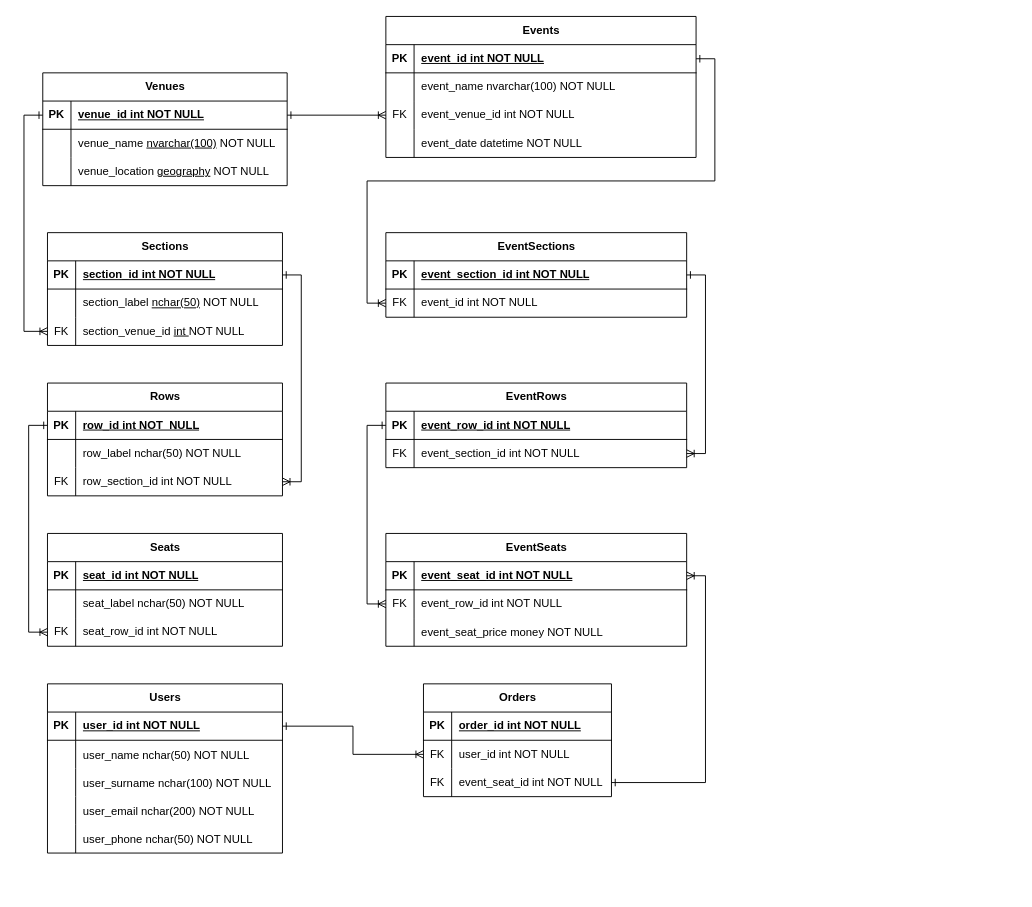
YuryKabernik/dotnet-ticketing-mentoring keeps this draw.io diagram as docs/ticketing-manifest.drawio. Above is the earlier version. Source tidied: cells renumbered, new cells numbered last; positions are measured from the earlier drawing's top-left corner, leaving out a move shared by most shapes. Both pictures are drawn from the tidied source at 94%, with x=0, y=0 at pixel (42, 16).
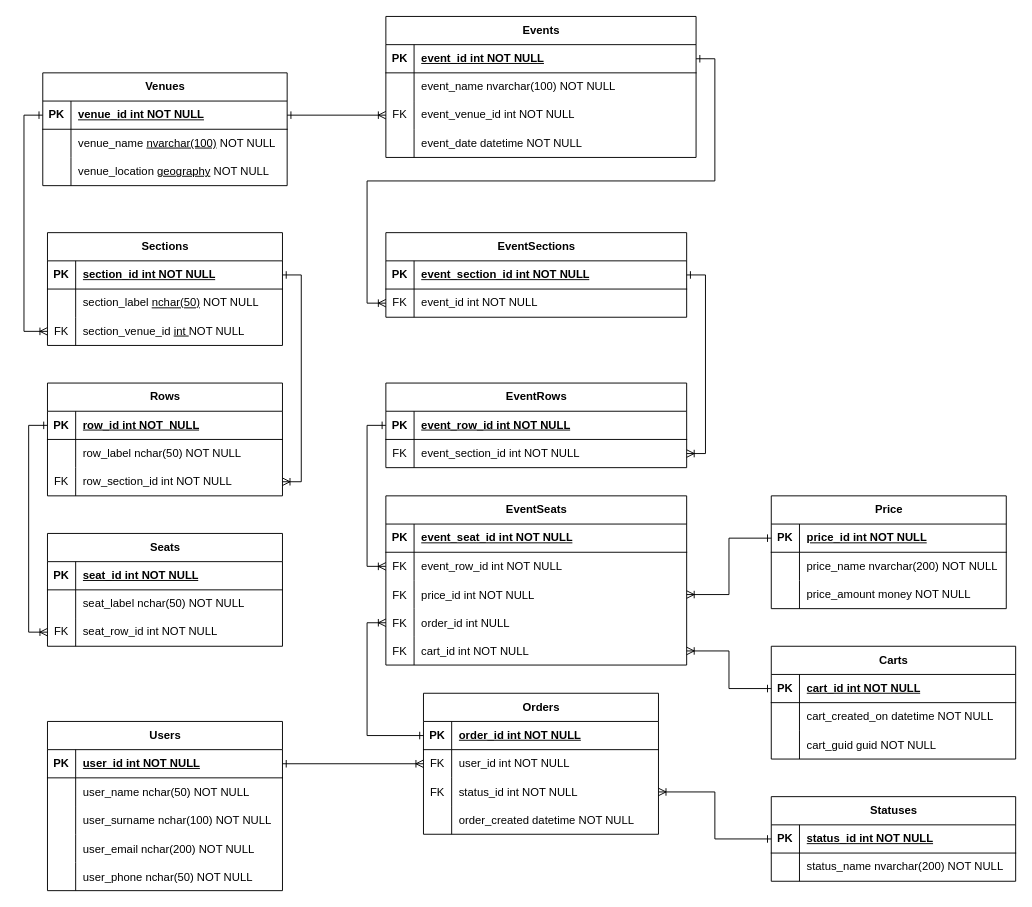
Above is the later version.

The change refers to these unchanged cells:
```xml
<mxCell id="67" style="shape=tableRow;horizontal=0;startSize=0;swimlaneHead=0;swimlaneBody=0;fillColor=none;points=[[0,0.5],[1,0.5]];portConstraint=eastwest;top=0;left=0;right=0;bottom=1;" parent="66" vertex="1">
  <mxGeometry y="30" width="320" height="30" as="geometry" />
</mxCell>
<mxCell id="74" style="shape=tableRow;horizontal=0;startSize=0;swimlaneHead=0;swimlaneBody=0;fillColor=none;points=[[0,0.5],[1,0.5]];portConstraint=eastwest;top=0;left=0;right=0;bottom=1;strokeColor=default;fontStyle=0;" parent="73" vertex="1">
  <mxGeometry y="30" width="320" height="30" as="geometry" />
</mxCell>
<mxCell id="77" style="shape=tableRow;horizontal=0;startSize=0;swimlaneHead=0;swimlaneBody=0;fillColor=none;points=[[0,0.5],[1,0.5]];portConstraint=eastwest;top=0;left=0;right=0;bottom=0;" parent="73" vertex="1">
  <mxGeometry y="60" width="320" height="30" as="geometry" />
</mxCell>
<mxCell id="80" style="shape=tableRow;horizontal=0;startSize=0;swimlaneHead=0;swimlaneBody=0;fillColor=none;points=[[0,0.5],[1,0.5]];portConstraint=eastwest;top=0;left=0;right=0;bottom=0;" parent="73" vertex="1">
  <mxGeometry y="90" width="320" height="30" as="geometry" />
</mxCell>
```

What changed in the source:
```diff
@@
     <mxCell id="73" value="EventSeats" style="shape=table;startSize=30;childLayout=tableLayout;rowLines=0;fontStyle=1;align=center;html=1;" parent="1" vertex="1">
-      <mxGeometry x="365" y="550" width="320" height="120" as="geometry" />
+      <mxGeometry x="365" y="510" width="320" height="180" as="geometry" />
     </mxCell>
@@
-    <mxCell id="81" style="shape=partialRectangle;fillColor=none;top=0;left=0;bottom=0;right=0;overflow=hidden;" parent="80" vertex="1">
+    <mxCell id="81" value="FK" style="shape=partialRectangle;fillColor=none;top=0;left=0;bottom=0;right=0;overflow=hidden;" parent="80" vertex="1">
       <mxGeometry width="30" height="30" as="geometry" />
     </mxCell>
-    <mxCell id="82" value="event_seat_price money NOT NULL" style="shape=partialRectangle;fillColor=none;top=0;left=0;bottom=0;right=0;align=left;spacingLeft=6;overflow=hidden;" parent="80" vertex="1">
+    <mxCell id="82" value="price_id int NOT NULL" style="shape=partialRectangle;fillColor=none;top=0;left=0;bottom=0;right=0;align=left;spacingLeft=6;overflow=hidden;" parent="80" vertex="1">
       <mxGeometry x="30" width="290" height="30" as="geometry" />
     </mxCell>
+    <mxCell id="114" style="shape=tableRow;horizontal=0;startSize=0;swimlaneHead=0;swimlaneBody=0;fillColor=none;points=[[0,0.5],[1,0.5]];portConstraint=eastwest;top=0;left=0;right=0;bottom=0;" parent="73" vertex="1">
+      <mxGeometry y="120" width="320" height="30" as="geometry" />
+    </mxCell>
+    <mxCell id="115" value="FK" style="shape=partialRectangle;fillColor=none;top=0;left=0;bottom=0;right=0;overflow=hidden;" parent="114" vertex="1">
+      <mxGeometry width="30" height="30" as="geometry" />
+    </mxCell>
+    <mxCell id="116" value="order_id int NULL" style="shape=partialRectangle;fillColor=none;top=0;left=0;bottom=0;right=0;align=left;spacingLeft=6;overflow=hidden;" parent="114" vertex="1">
+      <mxGeometry x="30" width="290" height="30" as="geometry" />
+    </mxCell>
+    <mxCell id="117" style="shape=tableRow;horizontal=0;startSize=0;swimlaneHead=0;swimlaneBody=0;fillColor=none;points=[[0,0.5],[1,0.5]];portConstraint=eastwest;top=0;left=0;right=0;bottom=0;" parent="73" vertex="1">
+      <mxGeometry y="150" width="320" height="30" as="geometry" />
+    </mxCell>
+    <mxCell id="118" value="FK" style="shape=partialRectangle;fillColor=none;top=0;left=0;bottom=0;right=0;overflow=hidden;" parent="117" vertex="1">
+      <mxGeometry width="30" height="30" as="geometry" />
+    </mxCell>
+    <mxCell id="119" value="cart_id int NOT NULL" style="shape=partialRectangle;fillColor=none;top=0;left=0;bottom=0;right=0;align=left;spacingLeft=6;overflow=hidden;" parent="117" vertex="1">
+      <mxGeometry x="30" width="290" height="30" as="geometry" />
+    </mxCell>
@@
-    <mxCell id="84" style="edgeStyle=orthogonalEdgeStyle;rounded=0;jettySize=auto;html=1;exitX=0;exitY=0.5;exitDx=0;exitDy=0;entryX=0;entryY=0.5;entryDx=0;entryDy=0;endArrow=ERone;endFill=0;startArrow=ERoneToMany;startFill=0;" parent="1" edge="1" source="77" target="67">
-      <mxGeometry relative="1" as="geometry" />
-    </mxCell>
@@
     <mxCell id="86" value="Orders" style="shape=table;startSize=30;childLayout=tableLayout;rowLines=0;fontStyle=1;align=center;html=1;" parent="1" vertex="1">
-      <mxGeometry x="405" y="710" width="200" height="120" as="geometry" />
+      <mxGeometry x="405" y="720" width="250" height="150" as="geometry" />
     </mxCell>
     <mxCell id="87" style="shape=tableRow;horizontal=0;startSize=0;swimlaneHead=0;swimlaneBody=0;fillColor=none;points=[[0,0.5],[1,0.5]];portConstraint=eastwest;top=0;left=0;right=0;bottom=1;" parent="86" vertex="1">
-      <mxGeometry y="30" width="200" height="30" as="geometry" />
+      <mxGeometry y="30" width="250" height="30" as="geometry" />
     </mxCell>
@@
     <mxCell id="89" value="order_id int NOT NULL" style="shape=partialRectangle;fillColor=none;top=0;left=0;bottom=0;right=0;align=left;spacingLeft=6;fontStyle=5;overflow=hidden;whiteSpace=wrap;html=1;" parent="87" vertex="1">
-      <mxGeometry x="30" width="170" height="30" as="geometry" />
+      <mxGeometry x="30" width="220" height="30" as="geometry" />
     </mxCell>
     <mxCell id="90" style="shape=tableRow;horizontal=0;startSize=0;swimlaneHead=0;swimlaneBody=0;fillColor=none;points=[[0,0.5],[1,0.5]];portConstraint=eastwest;top=0;left=0;right=0;bottom=0;" parent="86" vertex="1">
-      <mxGeometry y="60" width="200" height="30" as="geometry" />
+      <mxGeometry y="60" width="250" height="30" as="geometry" />
     </mxCell>
@@
     <mxCell id="92" value="user_id int NOT NULL" style="shape=partialRectangle;fillColor=none;top=0;left=0;bottom=0;right=0;align=left;spacingLeft=6;overflow=hidden;whiteSpace=wrap;html=1;" parent="90" vertex="1">
-      <mxGeometry x="30" width="170" height="30" as="geometry" />
+      <mxGeometry x="30" width="220" height="30" as="geometry" />
     </mxCell>
-    <mxCell id="93" style="shape=tableRow;horizontal=0;startSize=0;swimlaneHead=0;swimlaneBody=0;fillColor=none;points=[[0,0.5],[1,0.5]];portConstraint=eastwest;top=0;left=0;right=0;bottom=0;" parent="86" vertex="1">
-      <mxGeometry y="90" width="200" height="30" as="geometry" />
-    </mxCell>
-    <mxCell id="94" value="FK" style="shape=partialRectangle;fillColor=none;top=0;left=0;bottom=0;right=0;overflow=hidden;whiteSpace=wrap;html=1;" parent="93" vertex="1">
-      <mxGeometry width="30" height="30" as="geometry" />
-    </mxCell>
-    <mxCell id="95" value="event_seat_id int NOT NULL" style="shape=partialRectangle;fillColor=none;top=0;left=0;bottom=0;right=0;align=left;spacingLeft=6;overflow=hidden;whiteSpace=wrap;html=1;" parent="93" vertex="1">
-      <mxGeometry x="30" width="170" height="30" as="geometry" />
-    </mxCell>
+    <mxCell id="120" style="shape=tableRow;horizontal=0;startSize=0;swimlaneHead=0;swimlaneBody=0;fillColor=none;points=[[0,0.5],[1,0.5]];portConstraint=eastwest;top=0;left=0;right=0;bottom=0;" parent="86" vertex="1">
+      <mxGeometry y="90" width="250" height="30" as="geometry" />
+    </mxCell>
+    <mxCell id="121" value="FK" style="shape=partialRectangle;fillColor=none;top=0;left=0;bottom=0;right=0;overflow=hidden;" parent="120" vertex="1">
+      <mxGeometry width="30" height="30" as="geometry" />
+    </mxCell>
+    <mxCell id="122" value="status_id int NOT NULL" style="shape=partialRectangle;fillColor=none;top=0;left=0;bottom=0;right=0;align=left;spacingLeft=6;overflow=hidden;" parent="120" vertex="1">
+      <mxGeometry x="30" width="220" height="30" as="geometry" />
+    </mxCell>
+    <mxCell id="123" style="shape=tableRow;horizontal=0;startSize=0;swimlaneHead=0;swimlaneBody=0;fillColor=none;top=0;left=0;right=0;bottom=0;" parent="86" vertex="1">
+      <mxGeometry y="120" width="250" height="30" as="geometry" />
+    </mxCell>
+    <mxCell id="124" style="shape=partialRectangle;fillColor=none;top=0;left=0;bottom=0;right=0;overflow=hidden;" parent="123" vertex="1">
+      <mxGeometry width="30" height="30" as="geometry" />
+    </mxCell>
+    <mxCell id="125" value="order_created datetime NOT NULL" style="shape=partialRectangle;fillColor=none;top=0;left=0;bottom=0;right=0;align=left;spacingLeft=6;overflow=hidden;" parent="123" vertex="1">
+      <mxGeometry x="30" width="220" height="30" as="geometry" />
+    </mxCell>
     <mxCell id="96" value="Users" style="shape=table;startSize=30;childLayout=tableLayout;rowLines=0;fontStyle=1;align=center;html=1;" parent="1" vertex="1">
-      <mxGeometry x="5" y="710" width="250" height="180" as="geometry" />
+      <mxGeometry x="5" y="750" width="250" height="180" as="geometry" />
     </mxCell>
@@
-    <mxCell id="113" style="edgeStyle=orthogonalEdgeStyle;rounded=0;jettySize=auto;html=1;exitX=1;exitY=0.5;exitDx=0;exitDy=0;entryX=1;entryY=0.5;entryDx=0;entryDy=0;endArrow=ERoneToMany;endFill=0;startArrow=ERone;startFill=0;" parent="1" edge="1" source="93" target="74">
-      <mxGeometry relative="1" as="geometry" />
-    </mxCell>
+    <mxCell id="126" value="Price" style="shape=table;startSize=30;childLayout=tableLayout;rowLines=0;fontStyle=1;align=center;html=1;" parent="1" vertex="1">
+      <mxGeometry x="775" y="510" width="250" height="120" as="geometry" />
+    </mxCell>
+    <mxCell id="127" style="shape=tableRow;horizontal=0;startSize=0;swimlaneHead=0;swimlaneBody=0;fillColor=none;points=[[0,0.5],[1,0.5]];portConstraint=eastwest;top=0;left=0;right=0;bottom=1;" parent="126" vertex="1">
+      <mxGeometry y="30" width="250" height="30" as="geometry" />
+    </mxCell>
+    <mxCell id="128" value="PK" style="shape=partialRectangle;fillColor=none;top=0;left=0;bottom=0;right=0;fontStyle=1;overflow=hidden;whiteSpace=wrap;html=1;" parent="127" vertex="1">
+      <mxGeometry width="30" height="30" as="geometry" />
+    </mxCell>
+    <mxCell id="129" value="price_id int NOT NULL" style="shape=partialRectangle;fillColor=none;top=0;left=0;bottom=0;right=0;align=left;spacingLeft=6;fontStyle=5;overflow=hidden;whiteSpace=wrap;html=1;" parent="127" vertex="1">
+      <mxGeometry x="30" width="220" height="30" as="geometry" />
+    </mxCell>
+    <mxCell id="130" style="shape=tableRow;horizontal=0;startSize=0;swimlaneHead=0;swimlaneBody=0;fillColor=none;top=0;left=0;right=0;bottom=0;" parent="126" vertex="1">
+      <mxGeometry y="60" width="250" height="30" as="geometry" />
+    </mxCell>
+    <mxCell id="131" style="shape=partialRectangle;fillColor=none;top=0;left=0;bottom=0;right=0;overflow=hidden;whiteSpace=wrap;html=1;" parent="130" vertex="1">
+      <mxGeometry width="30" height="30" as="geometry" />
+    </mxCell>
+    <mxCell id="132" value="price_name nvarchar(200) NOT NULL" style="shape=partialRectangle;fillColor=none;top=0;left=0;bottom=0;right=0;align=left;spacingLeft=6;overflow=hidden;whiteSpace=wrap;html=1;" parent="130" vertex="1">
+      <mxGeometry x="30" width="220" height="30" as="geometry" />
+    </mxCell>
+    <mxCell id="133" style="shape=tableRow;horizontal=0;startSize=0;swimlaneHead=0;swimlaneBody=0;fillColor=none;top=0;left=0;right=0;bottom=0;" parent="126" vertex="1">
+      <mxGeometry y="90" width="250" height="30" as="geometry" />
+    </mxCell>
+    <mxCell id="134" style="shape=partialRectangle;fillColor=none;top=0;left=0;bottom=0;right=0;overflow=hidden;whiteSpace=wrap;html=1;" parent="133" vertex="1">
+      <mxGeometry width="30" height="30" as="geometry" />
+    </mxCell>
+    <mxCell id="135" value="price_amount money NOT NULL" style="shape=partialRectangle;fillColor=none;top=0;left=0;bottom=0;right=0;align=left;spacingLeft=6;overflow=hidden;whiteSpace=wrap;html=1;" parent="133" vertex="1">
+      <mxGeometry x="30" width="220" height="30" as="geometry" />
+    </mxCell>
+    <mxCell id="136" value="Statuses" style="shape=table;startSize=30;childLayout=tableLayout;rowLines=0;fontStyle=1;align=center;html=1;" parent="1" vertex="1">
+      <mxGeometry x="775" y="830" width="260" height="90" as="geometry" />
+    </mxCell>
+    <mxCell id="137" style="shape=tableRow;horizontal=0;startSize=0;swimlaneHead=0;swimlaneBody=0;fillColor=none;points=[[0,0.5],[1,0.5]];portConstraint=eastwest;top=0;left=0;right=0;bottom=1;" parent="136" vertex="1">
+      <mxGeometry y="30" width="260" height="30" as="geometry" />
+    </mxCell>
+    <mxCell id="138" value="PK" style="shape=partialRectangle;fillColor=none;top=0;left=0;bottom=0;right=0;fontStyle=1;overflow=hidden;whiteSpace=wrap;html=1;" parent="137" vertex="1">
+      <mxGeometry width="30" height="30" as="geometry" />
+    </mxCell>
+    <mxCell id="139" value="status_id int NOT NULL" style="shape=partialRectangle;fillColor=none;top=0;left=0;bottom=0;right=0;align=left;spacingLeft=6;fontStyle=5;overflow=hidden;whiteSpace=wrap;html=1;" parent="137" vertex="1">
+      <mxGeometry x="30" width="230" height="30" as="geometry" />
+    </mxCell>
+    <mxCell id="140" style="shape=tableRow;horizontal=0;startSize=0;swimlaneHead=0;swimlaneBody=0;fillColor=none;top=0;left=0;right=0;bottom=0;" parent="136" vertex="1">
+      <mxGeometry y="60" width="260" height="30" as="geometry" />
+    </mxCell>
+    <mxCell id="141" style="shape=partialRectangle;fillColor=none;top=0;left=0;bottom=0;right=0;overflow=hidden;whiteSpace=wrap;html=1;" parent="140" vertex="1">
+      <mxGeometry width="30" height="30" as="geometry" />
+    </mxCell>
+    <mxCell id="142" value="status_name nvarchar(200) NOT NULL" style="shape=partialRectangle;fillColor=none;top=0;left=0;bottom=0;right=0;align=left;spacingLeft=6;overflow=hidden;whiteSpace=wrap;html=1;" parent="140" vertex="1">
+      <mxGeometry x="30" width="230" height="30" as="geometry" />
+    </mxCell>
+    <mxCell id="143" value="Carts" style="shape=table;startSize=30;childLayout=tableLayout;rowLines=0;fontStyle=1;align=center;html=1;" parent="1" vertex="1">
+      <mxGeometry x="775" y="670" width="260" height="120" as="geometry" />
+    </mxCell>
+    <mxCell id="144" style="shape=tableRow;horizontal=0;startSize=0;swimlaneHead=0;swimlaneBody=0;fillColor=none;points=[[0,0.5],[1,0.5]];portConstraint=eastwest;top=0;left=0;right=0;bottom=1;" parent="143" vertex="1">
+      <mxGeometry y="30" width="260" height="30" as="geometry" />
+    </mxCell>
+    <mxCell id="145" value="PK" style="shape=partialRectangle;fillColor=none;top=0;left=0;bottom=0;right=0;fontStyle=1;overflow=hidden;whiteSpace=wrap;html=1;" parent="144" vertex="1">
+      <mxGeometry width="30" height="30" as="geometry" />
+    </mxCell>
+    <mxCell id="146" value="cart_id int NOT NULL" style="shape=partialRectangle;fillColor=none;top=0;left=0;bottom=0;right=0;align=left;spacingLeft=6;fontStyle=5;overflow=hidden;whiteSpace=wrap;html=1;" parent="144" vertex="1">
+      <mxGeometry x="30" width="230" height="30" as="geometry" />
+    </mxCell>
+    <mxCell id="147" style="shape=tableRow;horizontal=0;startSize=0;swimlaneHead=0;swimlaneBody=0;fillColor=none;top=0;left=0;right=0;bottom=0;" parent="143" vertex="1">
+      <mxGeometry y="60" width="260" height="30" as="geometry" />
+    </mxCell>
+    <mxCell id="148" style="shape=partialRectangle;fillColor=none;top=0;left=0;bottom=0;right=0;overflow=hidden;whiteSpace=wrap;html=1;" parent="147" vertex="1">
+      <mxGeometry width="30" height="30" as="geometry" />
+    </mxCell>
+    <mxCell id="149" value="cart_created_on datetime NOT NULL" style="shape=partialRectangle;fillColor=none;top=0;left=0;bottom=0;right=0;align=left;spacingLeft=6;overflow=hidden;whiteSpace=wrap;html=1;" parent="147" vertex="1">
+      <mxGeometry x="30" width="230" height="30" as="geometry" />
+    </mxCell>
+    <mxCell id="150" style="shape=tableRow;horizontal=0;startSize=0;swimlaneHead=0;swimlaneBody=0;fillColor=none;top=0;left=0;right=0;bottom=0;" parent="143" vertex="1">
+      <mxGeometry y="90" width="260" height="30" as="geometry" />
+    </mxCell>
+    <mxCell id="151" style="shape=partialRectangle;fillColor=none;top=0;left=0;bottom=0;right=0;overflow=hidden;" parent="150" vertex="1">
+      <mxGeometry width="30" height="30" as="geometry" />
+    </mxCell>
+    <mxCell id="152" value="cart_guid guid NOT NULL" style="shape=partialRectangle;fillColor=none;top=0;left=0;bottom=0;right=0;align=left;spacingLeft=6;overflow=hidden;" parent="150" vertex="1">
+      <mxGeometry x="30" width="230" height="30" as="geometry" />
+    </mxCell>
+    <mxCell id="153" style="edgeStyle=orthogonalEdgeStyle;rounded=0;jettySize=auto;html=1;exitX=1;exitY=0.5;exitDx=0;exitDy=0;entryX=0;entryY=0.5;entryDx=0;entryDy=0;endArrow=ERone;endFill=0;startArrow=ERoneToMany;startFill=0;" parent="1" edge="1" source="80" target="127">
+      <mxGeometry relative="1" as="geometry" />
+    </mxCell>
+    <mxCell id="154" style="edgeStyle=orthogonalEdgeStyle;rounded=0;jettySize=auto;html=1;exitX=0;exitY=0.5;exitDx=0;exitDy=0;entryX=0;entryY=0.5;entryDx=0;entryDy=0;endArrow=ERoneToMany;endFill=0;startArrow=ERone;startFill=0;" parent="1" edge="1" source="87" target="114">
+      <mxGeometry relative="1" as="geometry" />
+    </mxCell>
+    <mxCell id="155" style="edgeStyle=orthogonalEdgeStyle;rounded=0;jettySize=auto;html=1;exitX=0;exitY=0.5;exitDx=0;exitDy=0;entryX=1;entryY=0.5;entryDx=0;entryDy=0;endArrow=ERoneToMany;endFill=0;startArrow=ERone;startFill=0;" parent="1" edge="1" source="144" target="117">
+      <mxGeometry relative="1" as="geometry" />
+    </mxCell>
+    <mxCell id="156" style="edgeStyle=orthogonalEdgeStyle;rounded=0;jettySize=auto;html=1;exitX=0;exitY=0.5;exitDx=0;exitDy=0;entryX=0;entryY=0.5;entryDx=0;entryDy=0;endArrow=ERoneToMany;endFill=0;startArrow=ERone;startFill=0;" parent="1" edge="1" source="67" target="77">
+      <mxGeometry relative="1" as="geometry" />
+    </mxCell>
+    <mxCell id="157" style="edgeStyle=orthogonalEdgeStyle;rounded=0;jettySize=auto;html=1;exitX=0;exitY=0.5;exitDx=0;exitDy=0;entryX=1;entryY=0.5;entryDx=0;entryDy=0;endArrow=ERoneToMany;endFill=0;startArrow=ERone;startFill=0;" parent="1" edge="1" source="137" target="120">
+      <mxGeometry relative="1" as="geometry" />
+    </mxCell>
```
